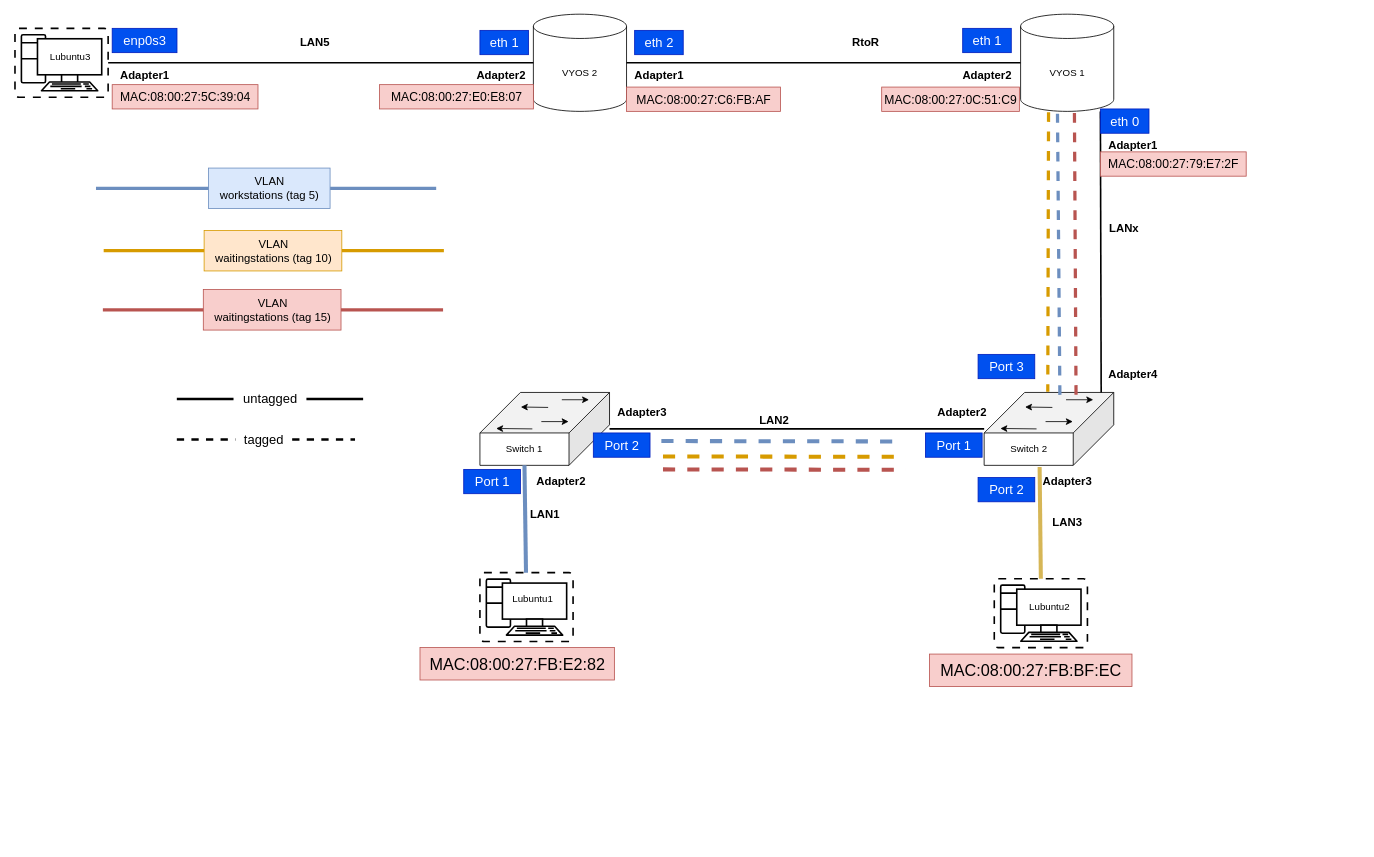
This is documentation/E05/Harjoitus_kuvat/Tietoverkot_fyysinen_topologia.drawio from Peltori/Tietoverkot, a draw.io file, before an edit. Source tidied: cells renumbered, new cells numbered last; positions are measured from the earlier drawing's top-left corner, leaving out a move shared by most shapes. Both pictures are drawn from the tidied source at 81%, with x=0, y=0 at pixel (15, 14).
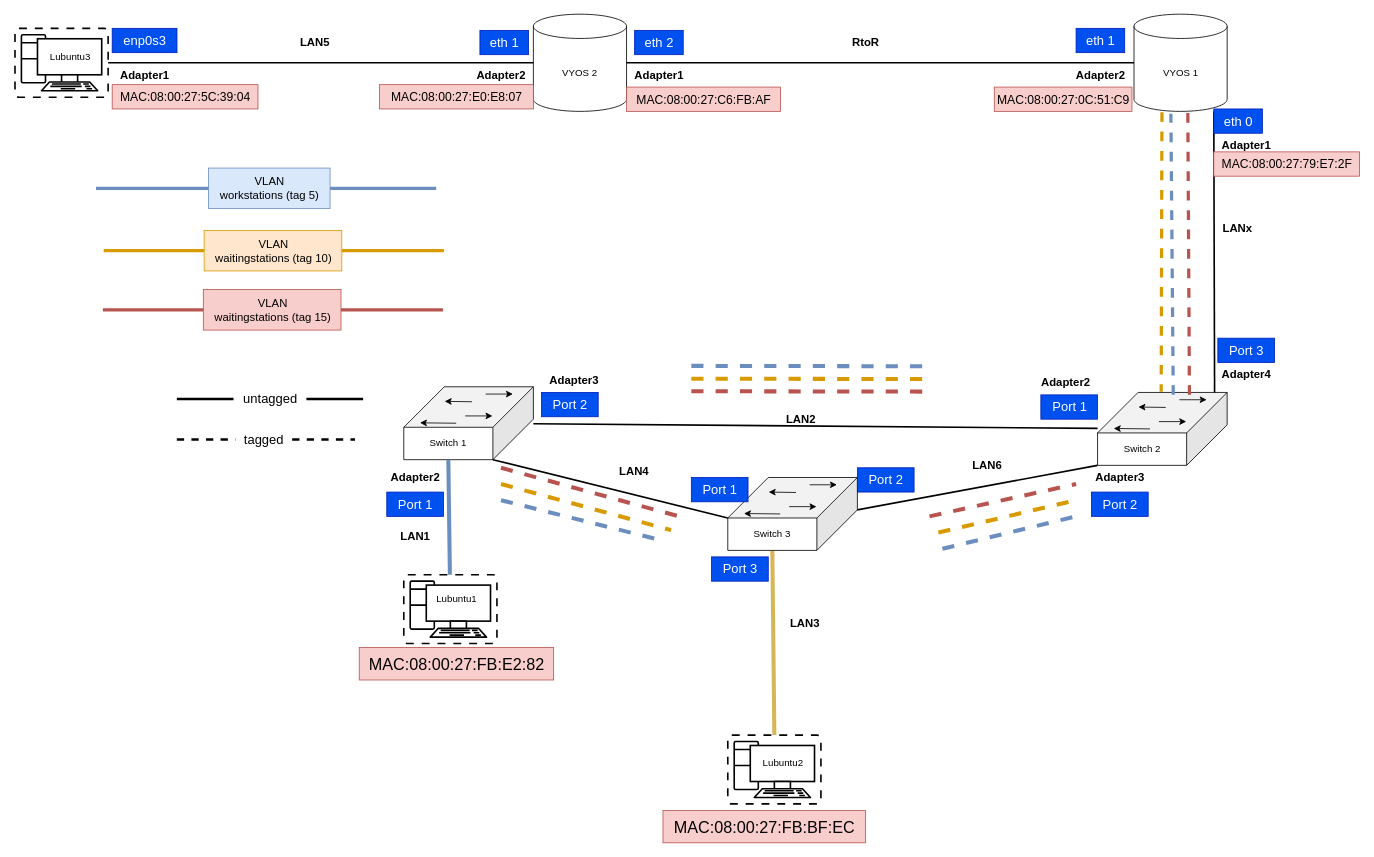
Above is the later version.

Commit message (it also covers changes not shown here):
Lisätty topologia kuvat

The change refers to these unchanged cells:
```xml
<mxCell id="3" value="Switch 1" style="shape=cube;whiteSpace=wrap;html=1;boundedLbl=1;backgroundOutline=1;darkOpacity=0.05;darkOpacity2=0.1;fillStyle=auto;size=50;flipV=0;flipH=1;labelBackgroundColor=none;" parent="2" vertex="1">
  <mxGeometry width="160" height="90" as="geometry" />
</mxCell>
<mxCell id="11" value="Switch 2" style="shape=cube;whiteSpace=wrap;html=1;boundedLbl=1;backgroundOutline=1;darkOpacity=0.05;darkOpacity2=0.1;fillStyle=auto;size=50;flipV=0;flipH=1;labelBackgroundColor=none;" parent="10" vertex="1">
  <mxGeometry width="160" height="90" as="geometry" />
</mxCell>
```

Diff of the diagram source:
```diff
@@
     <mxCell id="2" style="group;labelBackgroundColor=none;fillColor=none;gradientColor=none;" parent="1" vertex="1">
-      <mxGeometry x="574" y="467" width="160" height="90" as="geometry" />
+      <mxGeometry x="480" y="460" width="160" height="90" as="geometry" />
     </mxCell>
@@
     <mxCell id="8" style="verticalAlign=top;verticalLabelPosition=bottom;labelPosition=center;align=center;html=1;outlineConnect=0;gradientDirection=north;strokeWidth=2;shape=mxgraph.networks.virtual_pc;fillStyle=auto;labelBackgroundColor=none;" parent="1" vertex="1">
-      <mxGeometry x="574" y="689.5" width="115" height="85" as="geometry" />
+      <mxGeometry x="480" y="692" width="115" height="85" as="geometry" />
     </mxCell>
@@
     <mxCell id="10" style="group;labelBackgroundColor=none;fillColor=none;gradientColor=none;" parent="1" vertex="1">
-      <mxGeometry x="1196.5" y="467" width="160" height="90" as="geometry" />
+      <mxGeometry x="1336.5" y="467" width="160" height="90" as="geometry" />
     </mxCell>
@@
     <mxCell id="17" value="LAN1" style="text;html=1;align=center;verticalAlign=middle;strokeColor=none;fillColor=none;rotation=0;fontSize=14;fontStyle=1;" parent="1" vertex="1">
-      <mxGeometry x="624" y="602" width="60" height="30" as="geometry" />
+      <mxGeometry x="464" y="630" width="60" height="30" as="geometry" />
     </mxCell>
     <mxCell id="18" value="LAN2" style="text;html=1;align=center;verticalAlign=middle;strokeColor=none;fillColor=none;rotation=0;fontStyle=1;fontSize=14;" parent="1" vertex="1">
-      <mxGeometry x="907" y="487" width="60" height="30" as="geometry" />
+      <mxGeometry x="940" y="485" width="60" height="30" as="geometry" />
     </mxCell>
     <mxCell id="19" value="LAN3" style="text;html=1;align=center;verticalAlign=middle;strokeColor=none;fillColor=none;rotation=0;fontSize=14;fontStyle=1;" parent="1" vertex="1">
-      <mxGeometry x="1269" y="612" width="60" height="30" as="geometry" />
+      <mxGeometry x="945" y="737" width="60" height="30" as="geometry" />
     </mxCell>
-    <mxCell id="20" style="verticalAlign=top;verticalLabelPosition=bottom;labelPosition=center;align=center;html=1;outlineConnect=0;gradientDirection=north;strokeWidth=2;shape=mxgraph.networks.virtual_pc;fillStyle=auto;labelBackgroundColor=none;" parent="1" vertex="1">
-      <mxGeometry x="1209" y="697" width="115" height="85" as="geometry" />
-    </mxCell>
-    <mxCell id="21" style="endArrow=none;html=1;labelBackgroundColor=none;fontColor=default;exitX=0.5;exitY=0;exitDx=0;exitDy=0;exitPerimeter=0;strokeColor=#d6b656;strokeWidth=5;entryX=0.572;entryY=1.022;entryDx=0;entryDy=0;entryPerimeter=0;fillColor=#fff2cc;" parent="1" edge="1" source="20" target="11">
+    <mxCell id="21" style="endArrow=none;html=1;labelBackgroundColor=none;fontColor=default;exitX=0.5;exitY=0;exitDx=0;exitDy=0;exitPerimeter=0;strokeColor=#d6b656;strokeWidth=5;entryX=0;entryY=0;entryDx=105;entryDy=90;entryPerimeter=0;fillColor=#fff2cc;" parent="1" edge="1" source="20" target="85">
       <mxGeometry relative="1" as="geometry" />
     </mxCell>
     <mxCell id="22" value="Lubuntu1" style="text;html=1;align=center;verticalAlign=middle;strokeColor=none;fillColor=none;" parent="1" vertex="1">
-      <mxGeometry x="604" y="707" width="70" height="30" as="geometry" />
+      <mxGeometry x="510" y="707" width="70" height="30" as="geometry" />
     </mxCell>
-    <mxCell id="23" value="Lubuntu2" style="text;html=1;align=center;verticalAlign=middle;strokeColor=none;fillColor=none;" parent="1" vertex="1">
-      <mxGeometry x="1241.5" y="717" width="70" height="30" as="geometry" />
-    </mxCell>
     <mxCell id="24" value="Adapter2" style="text;html=1;align=center;verticalAlign=middle;strokeColor=none;fillColor=none;fontSize=14;fontStyle=1;" parent="1" vertex="1">
-      <mxGeometry x="634" y="562" width="80" height="30" as="geometry" />
+      <mxGeometry x="454" y="557" width="80" height="30" as="geometry" />
     </mxCell>
     <mxCell id="25" value="Adapter2" style="text;html=1;align=center;verticalAlign=middle;strokeColor=none;fillColor=none;strokeWidth=1;fontStyle=1;fontSize=14;" parent="1" vertex="1">
-      <mxGeometry x="1129" y="477" width="80" height="30" as="geometry" />
+      <mxGeometry x="1256.5" y="440" width="80" height="30" as="geometry" />
     </mxCell>
     <mxCell id="26" value="Adapter3" style="text;html=1;align=center;verticalAlign=middle;strokeColor=none;fillColor=none;fontSize=14;fontStyle=1;" parent="1" vertex="1">
-      <mxGeometry x="1259" y="562" width="80" height="30" as="geometry" />
+      <mxGeometry x="1324" y="557" width="80" height="30" as="geometry" />
     </mxCell>
     <mxCell id="27" value="VYOS 1" style="shape=cylinder3;whiteSpace=wrap;html=1;boundedLbl=1;backgroundOutline=1;size=15;direction=east;flipH=0;flipV=0;" parent="1" vertex="1">
-      <mxGeometry x="1241.5" width="115" height="120" as="geometry" />
+      <mxGeometry x="1381.5" width="115" height="120" as="geometry" />
     </mxCell>
     <mxCell id="28" style="endArrow=none;html=1;rounded=0;strokeWidth=2;exitX=0.097;exitY=0;exitDx=0;exitDy=0;exitPerimeter=0;" parent="1" edge="1" source="11">
       <mxGeometry relative="1" as="geometry">
-        <mxPoint x="1340" y="120" as="targetPoint" />
+        <mxPoint x="1480" y="120" as="targetPoint" />
       </mxGeometry>
     </mxCell>
@@
     <mxCell id="32" value="Port 3" style="text;html=1;align=center;verticalAlign=middle;strokeColor=#001DBC;fillColor=#0050ef;fontSize=16;fontColor=#ffffff;" parent="1" vertex="1">
-      <mxGeometry x="1189" y="420" width="70" height="30" as="geometry" />
+      <mxGeometry x="1485" y="400" width="70" height="30" as="geometry" />
     </mxCell>
@@
     <mxCell id="39" style="endArrow=none;html=1;rounded=0;strokeWidth=5;fontSize=16;dashed=1;fillColor=#dae8fc;strokeColor=#6c8ebf;" parent="1" edge="1">
       <mxGeometry relative="1" as="geometry">
-        <mxPoint x="798" y="527" as="sourcePoint" />
-        <mxPoint x="1098" y="527.5" as="targetPoint" />
+        <mxPoint x="835" y="434.2" as="sourcePoint" />
+        <mxPoint x="1135" y="434.7" as="targetPoint" />
       </mxGeometry>
     </mxCell>
     <mxCell id="40" value="Adapter3" style="text;html=1;align=center;verticalAlign=middle;strokeColor=none;fillColor=none;fontSize=14;fontStyle=1;" parent="1" vertex="1">
-      <mxGeometry x="734" y="477" width="80" height="30" as="geometry" />
+      <mxGeometry x="650" y="437" width="80" height="30" as="geometry" />
     </mxCell>
     <mxCell id="41" value="Port 2" style="text;html=1;align=center;verticalAlign=middle;strokeColor=#001DBC;fillColor=#0050ef;fontSize=16;fontColor=#ffffff;" parent="1" vertex="1">
-      <mxGeometry x="714" y="517" width="70" height="30" as="geometry" />
+      <mxGeometry x="650" y="467" width="70" height="30" as="geometry" />
     </mxCell>
     <mxCell id="42" value="Port 1" style="text;html=1;align=center;verticalAlign=middle;strokeColor=#001DBC;fillColor=#0050ef;fontSize=16;fontColor=#ffffff;" parent="1" vertex="1">
-      <mxGeometry x="1124" y="517" width="70" height="30" as="geometry" />
+      <mxGeometry x="1266.5" y="470" width="70" height="30" as="geometry" />
     </mxCell>
     <mxCell id="43" value="Port 2" style="text;html=1;align=center;verticalAlign=middle;strokeColor=#001DBC;fillColor=#0050ef;fontSize=16;fontColor=#ffffff;" parent="1" vertex="1">
-      <mxGeometry x="1189" y="572" width="70" height="30" as="geometry" />
+      <mxGeometry x="1329" y="590" width="70" height="30" as="geometry" />
     </mxCell>
     <mxCell id="44" value="Port 1" style="text;html=1;align=center;verticalAlign=middle;strokeColor=#001DBC;fillColor=#0050ef;fontSize=16;fontColor=#ffffff;" parent="1" vertex="1">
-      <mxGeometry x="554" y="562" width="70" height="30" as="geometry" />
+      <mxGeometry x="459" y="590" width="70" height="30" as="geometry" />
     </mxCell>
     <mxCell id="45" value="LANx" style="text;html=1;align=center;verticalAlign=middle;strokeColor=none;fillColor=none;rotation=0;fontSize=14;fontStyle=1;" parent="1" vertex="1">
-      <mxGeometry x="1339" y="250" width="60" height="30" as="geometry" />
+      <mxGeometry x="1479" y="250" width="60" height="30" as="geometry" />
     </mxCell>
     <mxCell id="46" value="eth 0" style="text;html=1;align=center;verticalAlign=middle;strokeColor=#001DBC;fillColor=#0050ef;fontSize=16;fontColor=#ffffff;" parent="1" vertex="1">
-      <mxGeometry x="1340" y="117" width="60" height="30" as="geometry" />
+      <mxGeometry x="1480" y="117" width="60" height="30" as="geometry" />
     </mxCell>
     <mxCell id="47" value="Adapter1" style="text;html=1;align=center;verticalAlign=middle;strokeColor=none;fillColor=none;fontSize=14;fontStyle=1;" parent="1" vertex="1">
-      <mxGeometry x="1340" y="147" width="80" height="30" as="geometry" />
+      <mxGeometry x="1480" y="147" width="80" height="30" as="geometry" />
     </mxCell>
     <mxCell id="48" value="Adapter4" style="text;html=1;align=center;verticalAlign=middle;strokeColor=none;fillColor=none;fontSize=14;fontStyle=1;" parent="1" vertex="1">
-      <mxGeometry x="1340" y="430" width="80" height="30" as="geometry" />
+      <mxGeometry x="1480" y="430" width="80" height="30" as="geometry" />
     </mxCell>
@@
     <mxCell id="55" style="endArrow=none;html=1;rounded=0;strokeWidth=5;fontSize=16;dashed=1;fillColor=#ffe6cc;strokeColor=#d79b00;" parent="1" edge="1">
       <mxGeometry relative="1" as="geometry">
-        <mxPoint x="800" y="546" as="sourcePoint" />
-        <mxPoint x="1100" y="546.5" as="targetPoint" />
+        <mxPoint x="835" y="450" as="sourcePoint" />
+        <mxPoint x="1135" y="450.5" as="targetPoint" />
       </mxGeometry>
     </mxCell>
     <mxCell id="56" style="endArrow=none;html=1;rounded=0;strokeWidth=5;fontSize=16;dashed=1;fillColor=#f8cecc;strokeColor=#b85450;" parent="1" edge="1">
       <mxGeometry relative="1" as="geometry">
-        <mxPoint x="800" y="562" as="sourcePoint" />
-        <mxPoint x="1100" y="562.5" as="targetPoint" />
+        <mxPoint x="835" y="465.5" as="sourcePoint" />
+        <mxPoint x="1135" y="466" as="targetPoint" />
       </mxGeometry>
     </mxCell>
@@
-    <mxCell id="58" style="endArrow=none;html=1;rounded=0;strokeWidth=4;fontSize=16;dashed=1;fillColor=#dae8fc;strokeColor=#6c8ebf;entryX=0.396;entryY=1.025;entryDx=0;entryDy=0;entryPerimeter=0;" parent="1" edge="1" target="27">
-      <mxGeometry relative="1" as="geometry">
-        <mxPoint x="1290" y="470" as="sourcePoint" />
-      </mxGeometry>
+    <mxCell id="58" style="endArrow=none;html=1;rounded=0;strokeWidth=4;fontSize=16;dashed=1;fillColor=#dae8fc;strokeColor=#6c8ebf;entryX=0.396;entryY=1.025;entryDx=0;entryDy=0;entryPerimeter=0;exitX=0.416;exitY=0.033;exitDx=0;exitDy=0;exitPerimeter=0;" parent="1" edge="1" source="11" target="27">
+      <mxGeometry relative="1" as="geometry" />
     </mxCell>
@@
     <mxCell id="66" value="Adapter2" style="text;html=1;align=center;verticalAlign=middle;strokeColor=none;fillColor=none;fontSize=14;fontStyle=1;" parent="1" vertex="1">
-      <mxGeometry x="1160" y="60" width="80" height="30" as="geometry" />
+      <mxGeometry x="1300" y="60" width="80" height="30" as="geometry" />
     </mxCell>
@@
     <mxCell id="68" value="eth 1" style="text;html=1;align=center;verticalAlign=middle;strokeColor=#001DBC;fillColor=#0050ef;fontSize=16;fontColor=#ffffff;" parent="1" vertex="1">
-      <mxGeometry x="1170" y="17.5" width="60" height="30" as="geometry" />
+      <mxGeometry x="1310" y="17.5" width="60" height="30" as="geometry" />
     </mxCell>
@@
     <mxCell id="70" value="MAC:08:00:27:0C:51:C9" style="text;html=1;align=center;verticalAlign=middle;strokeColor=#b85450;fillColor=#f8cecc;fontSize=15;" parent="1" vertex="1">
-      <mxGeometry x="1070" y="90" width="170" height="30" as="geometry" />
+      <mxGeometry x="1209" y="90" width="170" height="30" as="geometry" />
     </mxCell>
@@
     <mxCell id="80" value="MAC:08:00:27:FB:E2:82" style="text;html=1;align=center;verticalAlign=middle;strokeColor=#b85450;fillColor=#f8cecc;fontSize=20;" parent="1" vertex="1">
-      <mxGeometry x="500" y="782" width="240" height="40" as="geometry" />
+      <mxGeometry x="425" y="782" width="240" height="40" as="geometry" />
     </mxCell>
+    <mxCell id="82" value="MAC:08:00:27:79:E7:2F" style="text;html=1;align=center;verticalAlign=middle;strokeColor=#b85450;fillColor=#f8cecc;fontSize=15;" parent="1" vertex="1">
+      <mxGeometry x="1480" y="170" width="180" height="30" as="geometry" />
+    </mxCell>
+    <mxCell id="83" style="group;" parent="1" vertex="1">
+      <mxGeometry x="800" y="890" width="250" height="133" as="geometry" />
+    </mxCell>
+    <mxCell id="20" style="verticalAlign=top;verticalLabelPosition=bottom;labelPosition=center;align=center;html=1;outlineConnect=0;gradientDirection=north;strokeWidth=2;shape=mxgraph.networks.virtual_pc;fillStyle=auto;labelBackgroundColor=none;" parent="83" vertex="1">
+      <mxGeometry x="80" width="115" height="85" as="geometry" />
+    </mxCell>
+    <mxCell id="23" value="Lubuntu2" style="text;html=1;align=center;verticalAlign=middle;strokeColor=none;fillColor=none;" parent="83" vertex="1">
+      <mxGeometry x="112.5" y="20" width="70" height="30" as="geometry" />
+    </mxCell>
-    <mxCell id="81" value="MAC:08:00:27:FB:BF:EC" style="text;html=1;align=center;verticalAlign=middle;strokeColor=#b85450;fillColor=#f8cecc;fontSize=20;" parent="1" vertex="1">
-      <mxGeometry x="1129" y="790" width="250" height="40" as="geometry" />
+    <mxCell id="81" value="MAC:08:00:27:FB:BF:EC" style="text;html=1;align=center;verticalAlign=middle;strokeColor=#b85450;fillColor=#f8cecc;fontSize=20;" parent="83" vertex="1">
+      <mxGeometry y="93" width="250" height="40" as="geometry" />
     </mxCell>
-    <mxCell id="82" value="MAC:08:00:27:79:E7:2F" style="text;html=1;align=center;verticalAlign=middle;strokeColor=#b85450;fillColor=#f8cecc;fontSize=15;" parent="1" vertex="1">
-      <mxGeometry x="1340" y="170" width="180" height="30" as="geometry" />
-    </mxCell>
+    <mxCell id="84" style="group;labelBackgroundColor=none;fillColor=none;gradientColor=none;" parent="1" vertex="1">
+      <mxGeometry x="880" y="572" width="160" height="90" as="geometry" />
+    </mxCell>
+    <mxCell id="85" value="Switch 3" style="shape=cube;whiteSpace=wrap;html=1;boundedLbl=1;backgroundOutline=1;darkOpacity=0.05;darkOpacity2=0.1;fillStyle=auto;size=50;flipV=0;flipH=1;labelBackgroundColor=none;" parent="84" vertex="1">
+      <mxGeometry width="160" height="90" as="geometry" />
+    </mxCell>
+    <mxCell id="86" style="endArrow=classic;html=1;labelBackgroundColor=none;fontColor=default;" parent="84" edge="1">
+      <mxGeometry relative="1" as="geometry">
+        <mxPoint x="64.7" y="45" as="sourcePoint" />
+        <mxPoint x="20" y="44.5" as="targetPoint" />
+      </mxGeometry>
+    </mxCell>
+    <mxCell id="87" style="endArrow=classic;html=1;labelBackgroundColor=none;fontColor=default;" parent="84" edge="1">
+      <mxGeometry relative="1" as="geometry">
+        <mxPoint x="75.8" y="36" as="sourcePoint" />
+        <mxPoint x="109.5" y="36" as="targetPoint" />
+      </mxGeometry>
+    </mxCell>
+    <mxCell id="88" style="endArrow=classic;html=1;labelBackgroundColor=none;fontColor=default;" parent="84" edge="1">
+      <mxGeometry relative="1" as="geometry">
+        <mxPoint x="84.2" y="18.5" as="sourcePoint" />
+        <mxPoint x="50.5" y="18" as="targetPoint" />
+      </mxGeometry>
+    </mxCell>
+    <mxCell id="89" style="endArrow=classic;html=1;labelBackgroundColor=none;fontColor=default;" parent="84" edge="1">
+      <mxGeometry relative="1" as="geometry">
+        <mxPoint x="101.1" y="9" as="sourcePoint" />
+        <mxPoint x="134.7" y="9" as="targetPoint" />
+      </mxGeometry>
+    </mxCell>
+    <mxCell id="90" style="endArrow=none;html=1;rounded=0;exitX=0;exitY=0;exitDx=160;exitDy=50;exitPerimeter=0;entryX=0;entryY=0;entryDx=50;entryDy=90;entryPerimeter=0;fontSize=11;strokeWidth=2;" parent="1" edge="1" source="85" target="3">
+      <mxGeometry relative="1" as="geometry" />
+    </mxCell>
+    <mxCell id="91" style="endArrow=none;html=1;rounded=0;exitX=0;exitY=0;exitDx=0;exitDy=40;exitPerimeter=0;entryX=1;entryY=1;entryDx=0;entryDy=0;entryPerimeter=0;fontSize=11;strokeWidth=2;" parent="1" edge="1" source="85" target="11">
+      <mxGeometry relative="1" as="geometry" />
+    </mxCell>
+    <mxCell id="92" value="Port 3" style="text;html=1;align=center;verticalAlign=middle;strokeColor=#001DBC;fillColor=#0050ef;fontSize=16;fontColor=#ffffff;" parent="1" vertex="1">
+      <mxGeometry x="860" y="670" width="70" height="30" as="geometry" />
+    </mxCell>
+    <mxCell id="93" value="Port 1" style="text;html=1;align=center;verticalAlign=middle;strokeColor=#001DBC;fillColor=#0050ef;fontSize=16;fontColor=#ffffff;" parent="1" vertex="1">
+      <mxGeometry x="835" y="572" width="70" height="30" as="geometry" />
+    </mxCell>
+    <mxCell id="94" value="Port 2" style="text;html=1;align=center;verticalAlign=middle;strokeColor=#001DBC;fillColor=#0050ef;fontSize=16;fontColor=#ffffff;" parent="1" vertex="1">
+      <mxGeometry x="1040" y="560" width="70" height="30" as="geometry" />
+    </mxCell>
+    <mxCell id="95" value="LAN6" style="text;html=1;align=center;verticalAlign=middle;strokeColor=none;fillColor=none;rotation=0;fontSize=14;fontStyle=1;" parent="1" vertex="1">
+      <mxGeometry x="1170" y="542" width="60" height="30" as="geometry" />
+    </mxCell>
+    <mxCell id="96" value="LAN4" style="text;html=1;align=center;verticalAlign=middle;strokeColor=none;fillColor=none;rotation=0;fontSize=14;fontStyle=1;" parent="1" vertex="1">
+      <mxGeometry x="734" y="550" width="60" height="30" as="geometry" />
+    </mxCell>
+    <mxCell id="97" style="endArrow=none;html=1;rounded=0;strokeWidth=5;fontSize=16;dashed=1;fillColor=#f8cecc;strokeColor=#b85450;" parent="1" edge="1">
+      <mxGeometry relative="1" as="geometry">
+        <mxPoint x="600" y="560" as="sourcePoint" />
+        <mxPoint x="820" y="620" as="targetPoint" />
+      </mxGeometry>
+    </mxCell>
+    <mxCell id="98" style="endArrow=none;html=1;rounded=0;strokeWidth=5;fontSize=16;dashed=1;fillColor=#ffe6cc;strokeColor=#d79b00;" parent="1" edge="1">
+      <mxGeometry relative="1" as="geometry">
+        <mxPoint x="600" y="580" as="sourcePoint" />
+        <mxPoint x="810" y="637" as="targetPoint" />
+      </mxGeometry>
+    </mxCell>
+    <mxCell id="99" style="endArrow=none;html=1;rounded=0;strokeWidth=5;fontSize=16;dashed=1;fillColor=#dae8fc;strokeColor=#6c8ebf;" parent="1" edge="1">
+      <mxGeometry relative="1" as="geometry">
+        <mxPoint x="600" y="600" as="sourcePoint" />
+        <mxPoint x="800" y="650" as="targetPoint" />
+      </mxGeometry>
+    </mxCell>
+    <mxCell id="100" style="endArrow=none;html=1;rounded=0;strokeWidth=5;fontSize=16;dashed=1;fillColor=#f8cecc;strokeColor=#b85450;" parent="1" edge="1">
+      <mxGeometry relative="1" as="geometry">
+        <mxPoint x="1129" y="620" as="sourcePoint" />
+        <mxPoint x="1310" y="580" as="targetPoint" />
+      </mxGeometry>
+    </mxCell>
+    <mxCell id="101" style="endArrow=none;html=1;rounded=0;strokeWidth=5;fontSize=16;dashed=1;fillColor=#ffe6cc;strokeColor=#d79b00;" parent="1" edge="1">
+      <mxGeometry relative="1" as="geometry">
+        <mxPoint x="1140" y="640" as="sourcePoint" />
+        <mxPoint x="1310" y="600" as="targetPoint" />
+      </mxGeometry>
+    </mxCell>
+    <mxCell id="102" style="endArrow=none;html=1;rounded=0;strokeWidth=5;fontSize=16;dashed=1;fillColor=#dae8fc;strokeColor=#6c8ebf;" parent="1" edge="1">
+      <mxGeometry relative="1" as="geometry">
+        <mxPoint x="1145" y="660" as="sourcePoint" />
+        <mxPoint x="1310" y="620" as="targetPoint" />
+      </mxGeometry>
+    </mxCell>
```
